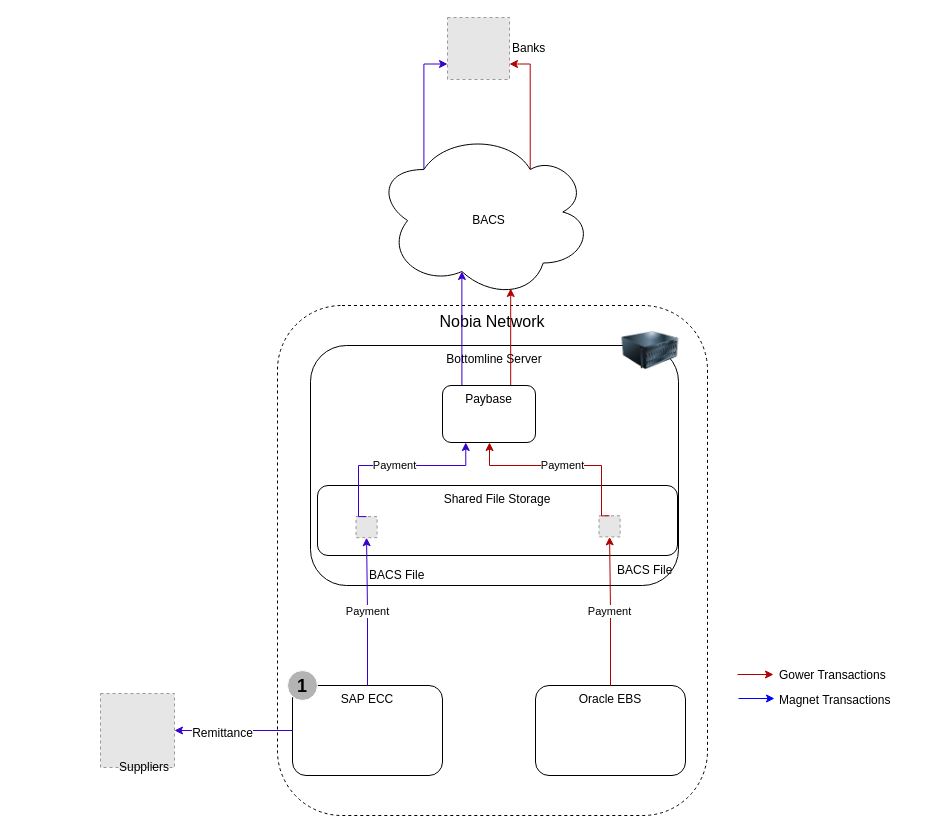
Earlier version of the draw.io diagram page "Bottomline- Step 1" (4 of 5) of Bottomline.drawio (mrf742002/Diagrams). Source tidied: cells renumbered, new cells numbered last; positions are measured from the earlier drawing's top-left corner, leaving out a move shared by most shapes. Both pictures are drawn from the tidied source at 100%, with x=0, y=0 at pixel (100, 17). Pictures stored in the file or linked from it are replaced by grey dashed boxes.
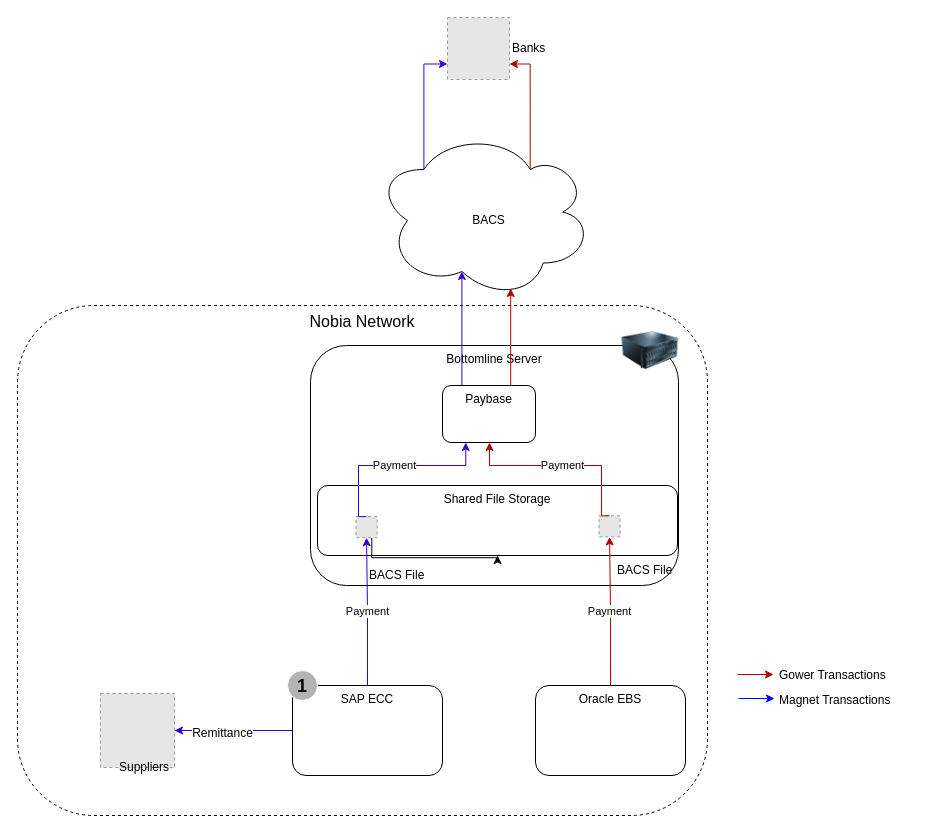
The same diagram, later.

The change refers to these unchanged cells:
```xml
<mxCell id="27" style="group;" parent="1" vertex="1">
  <mxGeometry x="217" y="468" width="360" height="70" as="geometry" />
</mxCell>
<mxCell id="28" value="Shared File Storage" style="rounded=1;whiteSpace=wrap;html=1;verticalAlign=top;" parent="27" vertex="1">
  <mxGeometry width="360" height="70" as="geometry" />
</mxCell>
<mxCell id="29" style="fillColor=#E6E6E6;strokeColor=#999999;dashed=1;html=1;verticalAlign=top;verticalLabelPosition=bottom;labelBackgroundColor=#ffffff;" parent="27" vertex="1">
  <mxGeometry x="38.5" y="31.1" width="21.1" height="21.1" as="geometry" />
</mxCell>
```

Change to the diagram source:
```diff
@@
     <mxCell id="2" value="&lt;font style=&quot;font-size: 16px&quot;&gt;Nobia Network&lt;/font&gt;" style="rounded=1;whiteSpace=wrap;html=1;dashed=1;verticalAlign=top;" parent="1" vertex="1">
-      <mxGeometry x="177" y="288" width="430" height="510" as="geometry" />
+      <mxGeometry x="-83" y="288" width="690" height="510" as="geometry" />
     </mxCell>
@@
+    <mxCell id="35" style="edgeStyle=orthogonalEdgeStyle;rounded=0;jettySize=auto;html=1;exitX=0.75;exitY=1;exitDx=0;exitDy=0;" parent="27" edge="1" source="29" target="28">
+      <mxGeometry relative="1" as="geometry" />
+    </mxCell>
```
